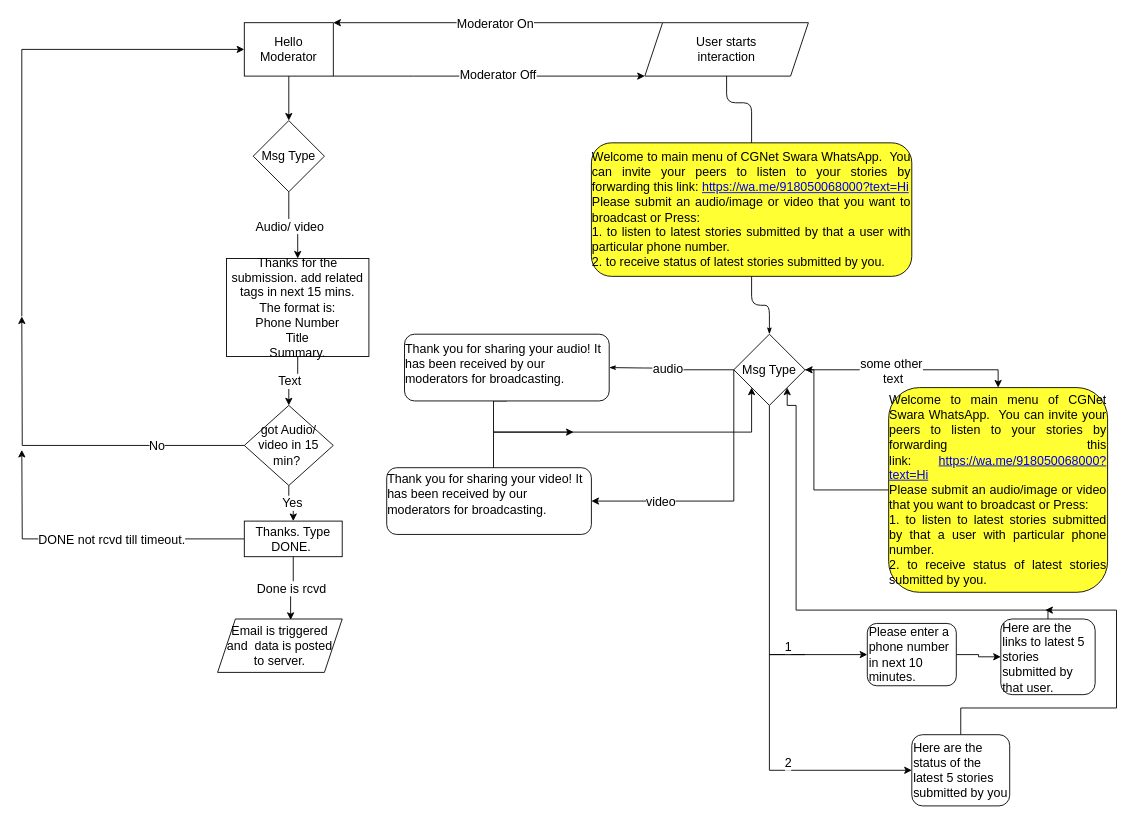
PriyankaVerma98/CGNetSwara-WhatsApp keeps this draw.io diagram as page "Copy of Flow5" (7 of 7) of DisseminationFlow.drawio. Above is the earlier version. Source tidied: cells renumbered, new cells numbered last; positions are measured from the earlier drawing's top-left corner, leaving out a move shared by most shapes. Both pictures are drawn from the tidied source at 89%, with x=0, y=0 at pixel (21, 22).
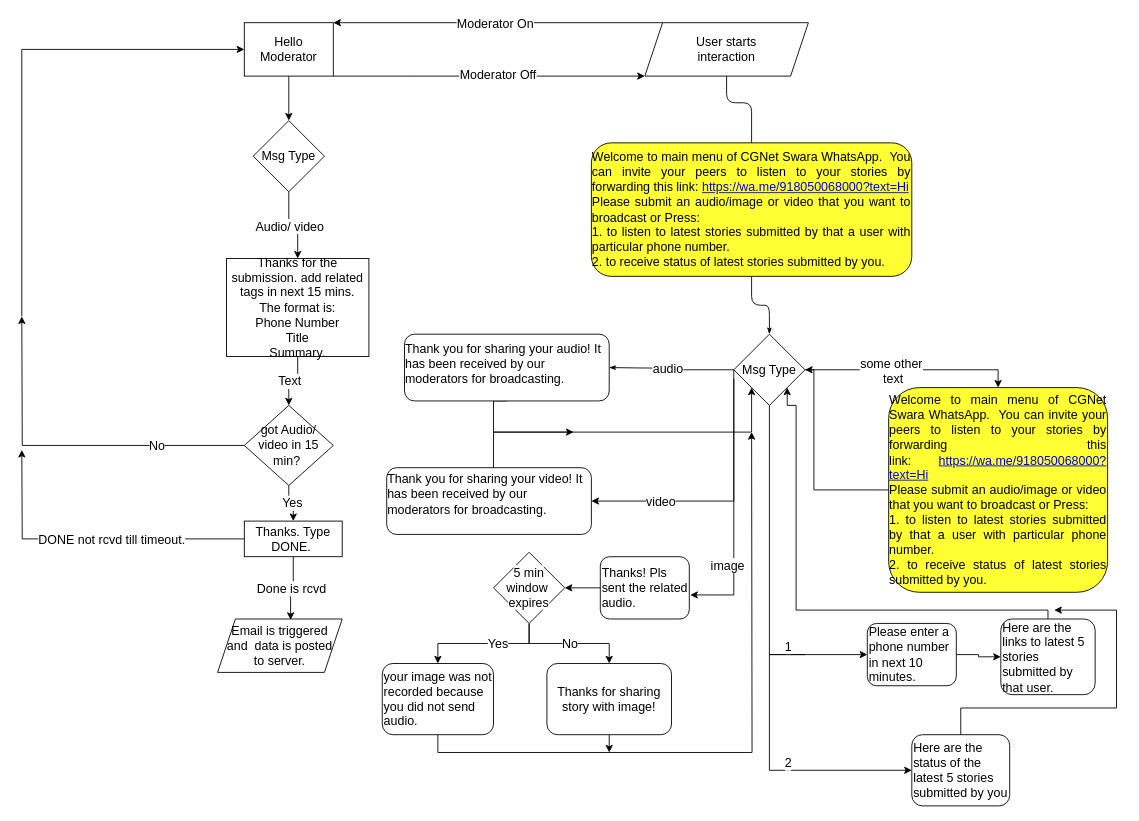
After the change.

Unchanged cells that the change refers to:
```xml
<mxCell id="53" value="&lt;font style=&quot;font-size: 14px&quot;&gt;Here are the status of the latest 5 stories submitted by you&lt;/font&gt;" style="rounded=1;whiteSpace=wrap;html=1;align=left;" parent="1" vertex="1">
  <mxGeometry x="1000" y="800" width="110" height="80" as="geometry" />
</mxCell>
```

The edit, as a diff of the source:
```diff
@@
     <mxCell id="52" style="edgeStyle=orthogonalEdgeStyle;rounded=0;jettySize=auto;html=1;" parent="1" edge="1" source="53">
       <mxGeometry relative="1" as="geometry">
-        <mxPoint x="1150" y="660" as="targetPoint" />
+        <mxPoint x="1160" y="660" as="targetPoint" />
         <Array as="points">
           <mxPoint x="1055" y="770" />
           <mxPoint x="1230" y="770" />
           <mxPoint x="1230" y="660" />
         </Array>
       </mxGeometry>
     </mxCell>
@@
+    <mxCell id="54" style="edgeStyle=orthogonalEdgeStyle;rounded=0;jettySize=auto;html=1;entryX=1.011;entryY=0.614;entryDx=0;entryDy=0;entryPerimeter=0;" parent="1" edge="1" target="59">
+      <mxGeometry relative="1" as="geometry">
+        <mxPoint x="800" y="400" as="sourcePoint" />
+        <Array as="points">
+          <mxPoint x="800" y="643" />
+        </Array>
+      </mxGeometry>
+    </mxCell>
+    <mxCell id="55" value="&lt;font style=&quot;font-size: 14px&quot;&gt;image&lt;/font&gt;" style="edgeLabel;html=1;align=center;verticalAlign=middle;" parent="54" vertex="1">
+      <mxGeometry x="-0.39" y="3" relative="1" as="geometry">
+        <mxPoint x="-11" y="120" as="offset" />
+      </mxGeometry>
+    </mxCell>
+    <mxCell id="56" style="edgeStyle=orthogonalEdgeStyle;rounded=0;jettySize=auto;html=1;startArrow=none;" parent="1" edge="1" source="63" target="61">
+      <mxGeometry relative="1" as="geometry" />
+    </mxCell>
+    <mxCell id="57" value="&lt;font style=&quot;font-size: 14px&quot;&gt;Yes&lt;/font&gt;" style="edgeLabel;html=1;align=center;verticalAlign=middle;" parent="56" vertex="1">
+      <mxGeometry x="-0.03" y="1" relative="1" as="geometry">
+        <mxPoint x="14" y="-1" as="offset" />
+      </mxGeometry>
+    </mxCell>
+    <mxCell id="58" style="edgeStyle=orthogonalEdgeStyle;rounded=0;jettySize=auto;html=1;entryX=1;entryY=0.5;entryDx=0;entryDy=0;" parent="1" edge="1" source="59" target="63">
+      <mxGeometry relative="1" as="geometry" />
+    </mxCell>
+    <mxCell id="59" value="&lt;font style=&quot;font-size: 14px&quot;&gt;Thanks! Pls sent the related audio.&lt;/font&gt;" style="rounded=1;whiteSpace=wrap;html=1;align=left;" parent="1" vertex="1">
+      <mxGeometry x="650" y="600" width="100" height="70" as="geometry" />
+    </mxCell>
+    <mxCell id="60" style="edgeStyle=orthogonalEdgeStyle;rounded=0;jettySize=auto;html=1;exitX=0.5;exitY=1;exitDx=0;exitDy=0;" parent="1" edge="1" source="61">
+      <mxGeometry relative="1" as="geometry">
+        <mxPoint x="820" y="460" as="targetPoint" />
+      </mxGeometry>
+    </mxCell>
+    <mxCell id="61" value="&lt;font style=&quot;font-size: 14px&quot;&gt;your image was not recorded because you did not send audio.&lt;/font&gt;" style="rounded=1;whiteSpace=wrap;html=1;align=left;" parent="1" vertex="1">
+      <mxGeometry x="405" y="720" width="125" height="80" as="geometry" />
+    </mxCell>
+    <mxCell id="62" value="&lt;font style=&quot;font-size: 14px&quot;&gt;No&lt;/font&gt;" style="edgeStyle=orthogonalEdgeStyle;rounded=0;jettySize=auto;html=1;" parent="1" edge="1" source="63" target="65">
+      <mxGeometry relative="1" as="geometry" />
+    </mxCell>
+    <mxCell id="63" value="&lt;font style=&quot;font-size: 14px&quot;&gt;&lt;span style=&quot;background-color: rgb(255 , 255 , 255)&quot;&gt;5 min window&amp;nbsp;&lt;/span&gt;&lt;br style=&quot;background-color: rgb(255 , 255 , 255)&quot;&gt;&lt;span style=&quot;background-color: rgb(255 , 255 , 255)&quot;&gt;expires&lt;/span&gt;&lt;/font&gt;" style="rhombus;whiteSpace=wrap;html=1;" parent="1" vertex="1">
+      <mxGeometry x="530" y="595" width="80" height="80" as="geometry" />
+    </mxCell>
+    <mxCell id="64" style="edgeStyle=orthogonalEdgeStyle;rounded=0;jettySize=auto;html=1;exitX=0.5;exitY=1;exitDx=0;exitDy=0;" parent="1" edge="1" source="65">
+      <mxGeometry relative="1" as="geometry">
+        <mxPoint x="660" y="820" as="targetPoint" />
+      </mxGeometry>
+    </mxCell>
+    <mxCell id="65" value="&lt;font style=&quot;font-size: 14px&quot;&gt;Thanks for sharing story with image!&lt;br&gt;&lt;/font&gt;" style="rounded=1;whiteSpace=wrap;html=1;" parent="1" vertex="1">
+      <mxGeometry x="590" y="720" width="140" height="80" as="geometry" />
+    </mxCell>
```
